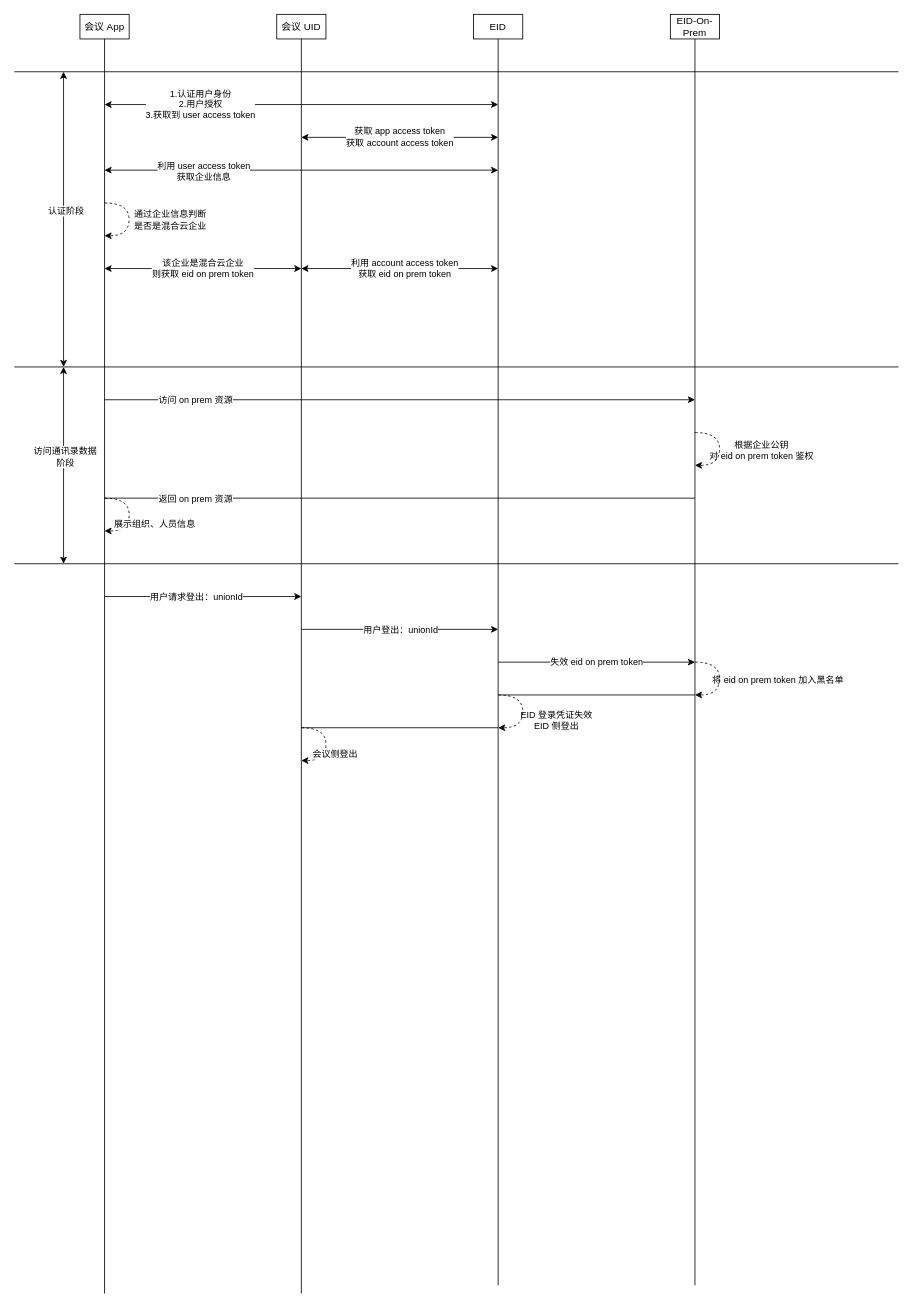
Earlier version of the draw.io diagram homework/src/main/resources/混合云认证数据流转.drawio (YufuMxl/geek_java_practise). Source tidied: cells renumbered, new cells numbered last; positions are measured from the earlier drawing's top-left corner, leaving out a move shared by most shapes. Both pictures are drawn from the tidied source at 82%, with x=0, y=0 at pixel (14, 14).
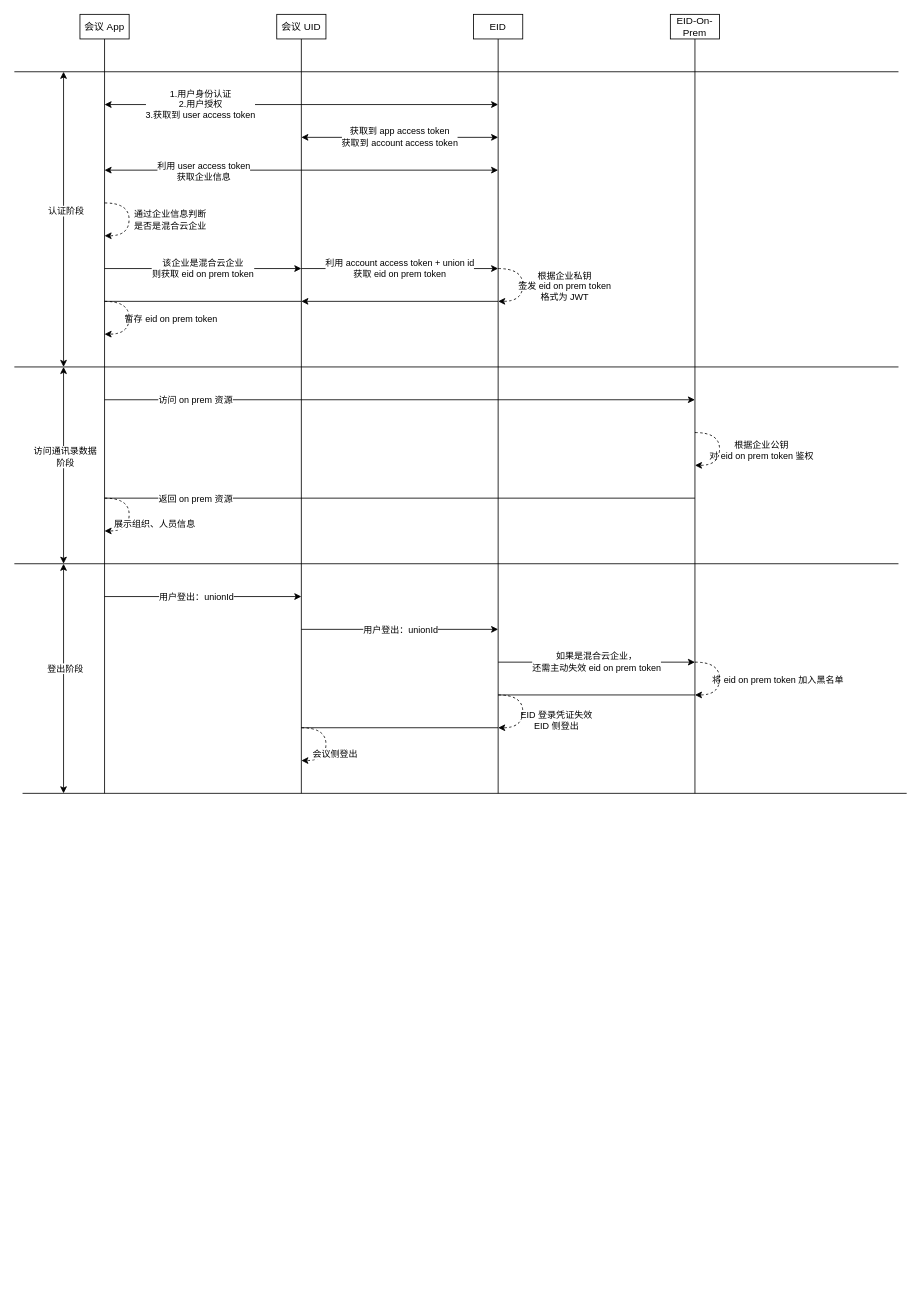
The same diagram, later.

Commit message (it also covers changes not shown here):
更新混合云认证数据流转.drawio

Unchanged cells that the change refers to:
```xml
<mxCell id="10" style="endArrow=classic;html=1;rounded=0;startArrow=classic;startFill=1;" parent="1" edge="1">
  <mxGeometry relative="1" as="geometry">
    <mxPoint x="110" y="110" as="sourcePoint" />
    <mxPoint x="590" y="110" as="targetPoint" />
  </mxGeometry>
</mxCell>
<mxCell id="17" style="endArrow=classic;html=1;rounded=0;" parent="1" edge="1">
  <mxGeometry relative="1" as="geometry">
    <mxPoint x="110" y="710" as="sourcePoint" />
    <mxPoint x="350" y="710" as="targetPoint" />
  </mxGeometry>
</mxCell>
```

The edit, as a diff of the source:
```diff
@@
     <mxCell id="2" style="endArrow=none;html=1;rounded=0;" parent="1" edge="1">
       <mxGeometry relative="1" as="geometry">
-        <mxPoint x="110" y="1560" as="sourcePoint" />
+        <mxPoint x="110" y="950" as="sourcePoint" />
         <mxPoint x="110" y="30" as="targetPoint" />
       </mxGeometry>
     </mxCell>
@@
     <mxCell id="4" style="endArrow=none;html=1;rounded=0;" parent="1" edge="1">
       <mxGeometry relative="1" as="geometry">
-        <mxPoint x="350" y="1560" as="sourcePoint" />
+        <mxPoint x="350" y="950" as="sourcePoint" />
         <mxPoint x="350" y="30" as="targetPoint" />
       </mxGeometry>
     </mxCell>
@@
     <mxCell id="6" style="endArrow=none;html=1;rounded=0;" parent="1" edge="1">
       <mxGeometry relative="1" as="geometry">
-        <mxPoint x="590" y="1550" as="sourcePoint" />
+        <mxPoint x="590" y="950" as="sourcePoint" />
         <mxPoint x="590" y="30" as="targetPoint" />
       </mxGeometry>
     </mxCell>
@@
     <mxCell id="8" style="endArrow=none;html=1;rounded=0;" parent="1" edge="1">
       <mxGeometry relative="1" as="geometry">
-        <mxPoint x="830" y="1550" as="sourcePoint" />
+        <mxPoint x="830" y="950" as="sourcePoint" />
         <mxPoint x="830" y="30" as="targetPoint" />
       </mxGeometry>
     </mxCell>
@@
-    <mxCell id="11" value="&lt;div&gt;1.认证用户身份&lt;/div&gt;&lt;div&gt;2.用户授权&lt;br&gt;&lt;/div&gt;&lt;div&gt;3.获取到 user access token&lt;/div&gt;" style="edgeLabel;html=1;align=center;verticalAlign=middle;" parent="10" vertex="1">
+    <mxCell id="11" value="&lt;div&gt;1.用户身份认证&lt;/div&gt;&lt;div&gt;2.用户授权&lt;br&gt;&lt;/div&gt;&lt;div&gt;3.获取到 user access token&lt;/div&gt;" style="edgeLabel;html=1;align=center;verticalAlign=middle;" parent="10" vertex="1">
       <mxGeometry x="-0.55" y="1" relative="1" as="geometry">
         <mxPoint x="8" as="offset" />
       </mxGeometry>
     </mxCell>
-    <mxCell id="12" style="endArrow=classic;html=1;rounded=0;startArrow=classic;startFill=1;" parent="1" edge="1">
+    <mxCell id="12" style="endArrow=classic;html=1;rounded=0;startArrow=none;startFill=0;" parent="1" edge="1">
       <mxGeometry relative="1" as="geometry">
         <mxPoint x="350" y="310" as="sourcePoint" />
         <mxPoint x="590" y="310" as="targetPoint" />
       </mxGeometry>
     </mxCell>
-    <mxCell id="13" value="利用 account access token&lt;br&gt;&lt;div&gt;获取 eid on prem token&lt;/div&gt;" style="edgeLabel;html=1;align=center;verticalAlign=middle;" parent="12" vertex="1">
-      <mxGeometry x="0.04" y="1" relative="1" as="geometry" />
+    <mxCell id="13" value="&lt;div&gt;利用 account access token + union id&lt;br&gt;&lt;/div&gt;&lt;div&gt;获取 eid on prem token&lt;/div&gt;" style="edgeLabel;html=1;align=center;verticalAlign=middle;" parent="12" vertex="1">
+      <mxGeometry x="0.04" y="1" relative="1" as="geometry">
+        <mxPoint x="-6" as="offset" />
+      </mxGeometry>
     </mxCell>
-    <mxCell id="14" value="&lt;div&gt;获取 app access token&lt;/div&gt;&lt;div&gt;获取 account access token&lt;br&gt;&lt;/div&gt;" style="endArrow=classic;html=1;rounded=0;startArrow=classic;startFill=1;" parent="1" edge="1">
+    <mxCell id="14" value="&lt;div&gt;获取到 app access token&lt;/div&gt;&lt;div&gt;获取到 account access token&lt;br&gt;&lt;/div&gt;" style="endArrow=classic;html=1;rounded=0;startArrow=classic;startFill=1;" parent="1" edge="1">
       <mxGeometry relative="1" as="geometry">
         <mxPoint x="350" y="150" as="sourcePoint" />
         <mxPoint x="590" y="150" as="targetPoint" />
       </mxGeometry>
     </mxCell>
@@
-    <mxCell id="18" value="用户请求登出：unionId" style="edgeLabel;html=1;align=center;verticalAlign=middle;" parent="17" vertex="1">
+    <mxCell id="18" value="用户登出：unionId" style="edgeLabel;html=1;align=center;verticalAlign=middle;" parent="17" vertex="1">
       <mxGeometry x="-0.32" relative="1" as="geometry">
         <mxPoint x="29" as="offset" />
       </mxGeometry>
     </mxCell>
@@
-    <mxCell id="23" value="失效 eid on prem token" style="endArrow=classic;html=1;rounded=0;" parent="1" edge="1">
+    <mxCell id="23" value="&lt;div&gt;如果是混合云企业，&lt;/div&gt;&lt;div&gt;还需主动失效 eid on prem token&lt;/div&gt;" style="endArrow=classic;html=1;rounded=0;" parent="1" edge="1">
       <mxGeometry relative="1" as="geometry">
         <mxPoint x="590" y="790" as="sourcePoint" />
         <mxPoint x="830" y="790" as="targetPoint" />
       </mxGeometry>
     </mxCell>
@@
-    <mxCell id="33" value="&lt;div&gt;该企业是混合云企业&lt;br&gt;&lt;/div&gt;&lt;div&gt;则获取 eid on prem token&lt;br&gt;&lt;/div&gt;" style="endArrow=classic;html=1;rounded=0;startArrow=classic;startFill=1;" parent="1" edge="1">
+    <mxCell id="33" value="&lt;div&gt;该企业是混合云企业&lt;br&gt;&lt;/div&gt;&lt;div&gt;则获取 eid on prem token&lt;br&gt;&lt;/div&gt;" style="endArrow=classic;html=1;rounded=0;startArrow=none;startFill=0;" parent="1" edge="1">
       <mxGeometry relative="1" as="geometry">
         <mxPoint x="110" y="310" as="sourcePoint" />
         <mxPoint x="350" y="310" as="targetPoint" />
       </mxGeometry>
     </mxCell>
@@
+    <mxCell id="48" style="endArrow=classic;html=1;rounded=0;dashed=1;edgeStyle=orthogonalEdgeStyle;curved=1;" parent="1" edge="1">
+      <mxGeometry relative="1" as="geometry">
+        <mxPoint x="590" y="310" as="sourcePoint" />
+        <mxPoint x="590" y="350" as="targetPoint" />
+        <Array as="points">
+          <mxPoint x="620" y="310" />
+          <mxPoint x="620" y="350" />
+        </Array>
+      </mxGeometry>
+    </mxCell>
+    <mxCell id="49" value="&lt;div&gt;根据企业私钥&lt;/div&gt;&lt;div&gt;签发 eid on prem token &lt;br&gt;&lt;/div&gt;&lt;div&gt;格式为 JWT&lt;br&gt;&lt;/div&gt;" style="edgeLabel;html=1;align=center;verticalAlign=middle;labelBackgroundColor=none;" parent="48" vertex="1">
+      <mxGeometry x="0.01" y="1" relative="1" as="geometry">
+        <mxPoint x="49" as="offset" />
+      </mxGeometry>
+    </mxCell>
+    <mxCell id="50" style="endArrow=none;html=1;rounded=0;startArrow=classic;startFill=1;endFill=0;" parent="1" edge="1">
+      <mxGeometry relative="1" as="geometry">
+        <mxPoint x="350" y="350" as="sourcePoint" />
+        <mxPoint x="590" y="350" as="targetPoint" />
+      </mxGeometry>
+    </mxCell>
+    <mxCell id="51" style="endArrow=none;html=1;rounded=0;startArrow=none;startFill=0;endFill=0;" parent="1" edge="1">
+      <mxGeometry relative="1" as="geometry">
+        <mxPoint x="110" y="350" as="sourcePoint" />
+        <mxPoint x="350" y="350" as="targetPoint" />
+      </mxGeometry>
+    </mxCell>
+    <mxCell id="52" style="endArrow=classic;html=1;rounded=0;dashed=1;edgeStyle=orthogonalEdgeStyle;curved=1;" parent="1" edge="1">
+      <mxGeometry relative="1" as="geometry">
+        <mxPoint x="110" y="350" as="sourcePoint" />
+        <mxPoint x="110" y="390" as="targetPoint" />
+        <Array as="points">
+          <mxPoint x="140" y="350" />
+          <mxPoint x="140" y="390" />
+        </Array>
+      </mxGeometry>
+    </mxCell>
+    <mxCell id="53" value="暂存 eid on prem token" style="edgeLabel;html=1;align=center;verticalAlign=middle;labelBackgroundColor=none;" parent="52" vertex="1">
+      <mxGeometry x="0.01" y="1" relative="1" as="geometry">
+        <mxPoint x="49" as="offset" />
+      </mxGeometry>
+    </mxCell>
+    <mxCell id="54" style="endArrow=none;html=1;rounded=0;" parent="1" edge="1">
+      <mxGeometry relative="1" as="geometry">
+        <mxPoint x="10" y="950" as="sourcePoint" />
+        <mxPoint x="1088.2" y="950" as="targetPoint" />
+      </mxGeometry>
+    </mxCell>
+    <mxCell id="55" style="endArrow=classic;startArrow=classic;html=1;rounded=0;" parent="1" edge="1">
+      <mxGeometry relative="1" as="geometry">
+        <mxPoint x="60" y="950" as="sourcePoint" />
+        <mxPoint x="60" y="670" as="targetPoint" />
+      </mxGeometry>
+    </mxCell>
+    <mxCell id="56" value="登出阶段" style="edgeLabel;html=1;align=center;verticalAlign=middle;" parent="55" vertex="1">
+      <mxGeometry x="0.09" y="-1" relative="1" as="geometry" />
+    </mxCell>
```
